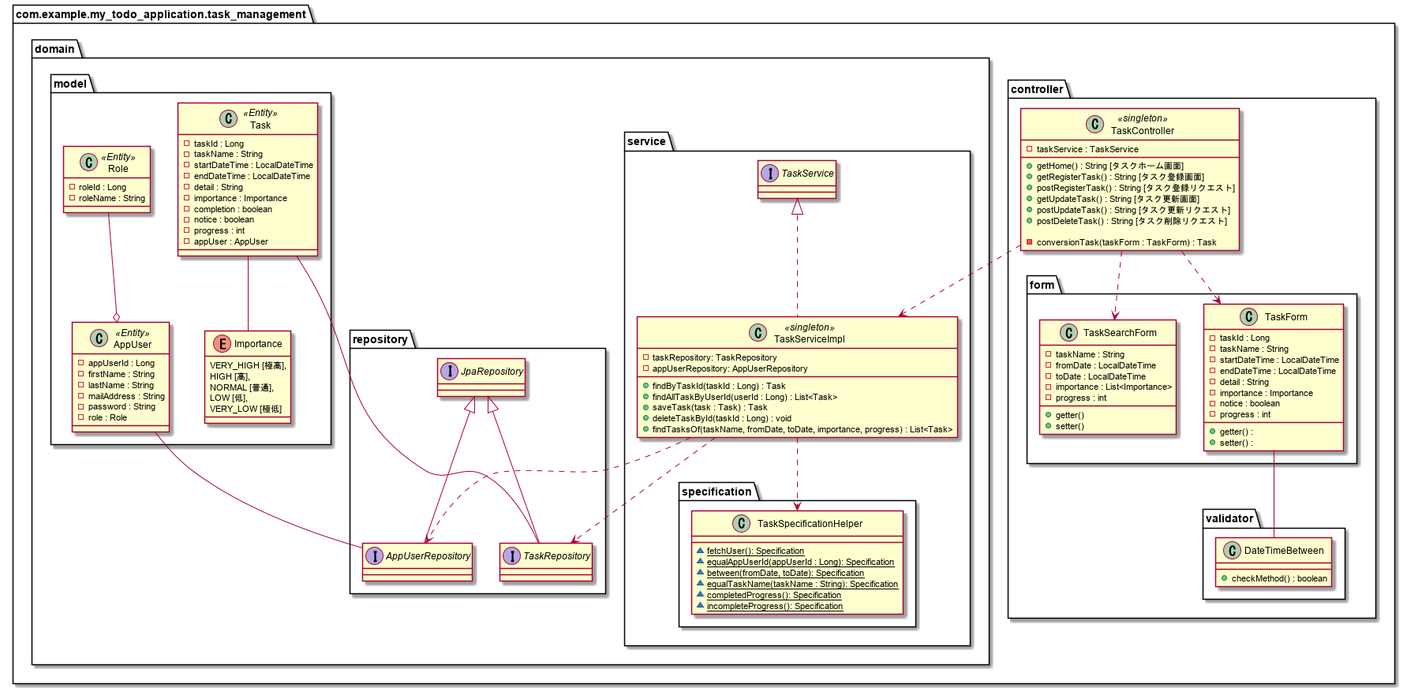
This is plantuml/task_relation_class.png from yasusi-1234/my_todo_application, a PlantUML export, as it was before one commit.
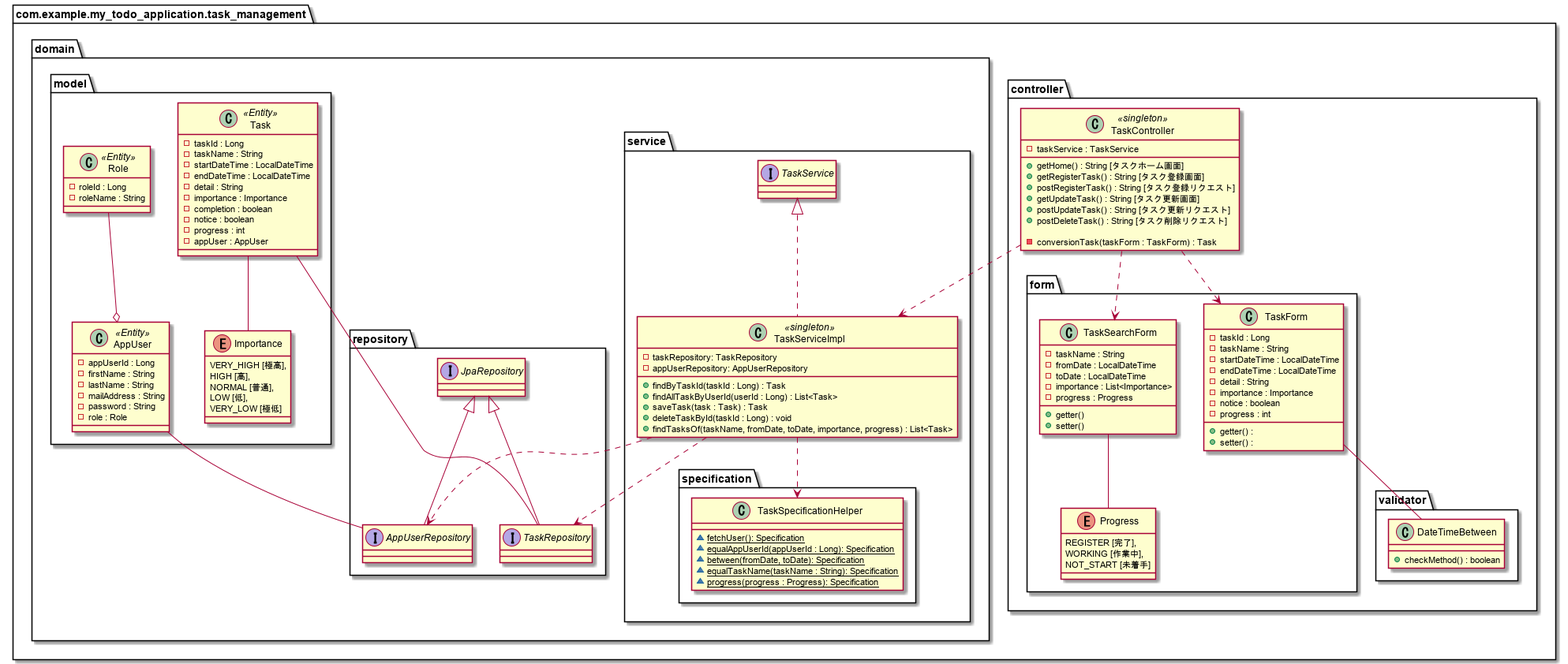
The same diagram one commit later.

Commit message:
TaskSpecificationHelperクラスのメソッドの修正

formパッケージの部分にEnumのProgressを追加

TaskSearchFormのProgressをintからEnumのProgressに変更

Diff of the diagram source:
```diff
@@ -35,12 +35,18 @@
                 - fromDate : LocalDateTime
                 - toDate : LocalDateTime
                 - importance : List<Importance>
-                - progress : int
+                - progress : Progress
 
                 + getter()
                 + setter()
             }
 
+            enum Progress {
+                REGISTER [完了],
+                WORKING [作業中],
+                NOT_START [未着手]
+
+            }
         }
 
         package validator{
@@ -71,8 +77,7 @@
                     ~ {static} equalAppUserId(appUserId : Long): Specification
                     ~ {static} between(fromDate, toDate): Specification
                     ~ {static} equalTaskName(taskName : String): Specification
-                    ~ {static} completedProgress(): Specification
-                    ~ {static} incompleteProgress(): Specification
+                    ~ {static} progress(progress : Progress): Specification
                 }
             }
         }
@@ -140,6 +145,8 @@
 TaskController ..> TaskForm
 TaskController ..> TaskSearchForm
 
+TaskSearchForm -- Progress
+
 TaskForm -- DateTimeBetween
 
 @enduml
```
